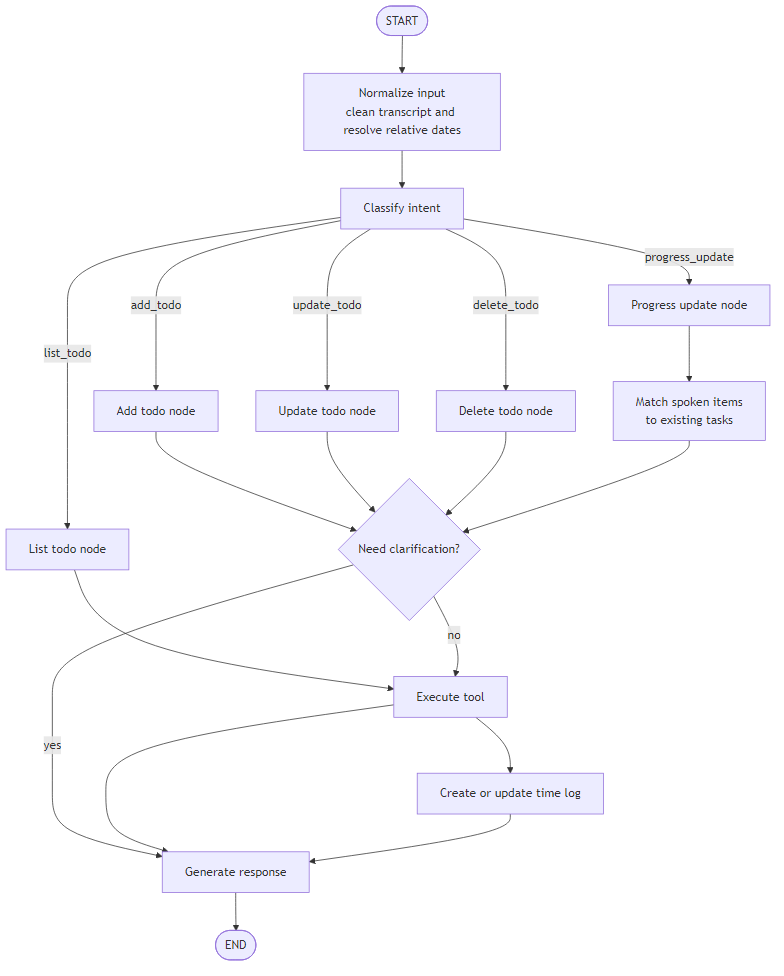
This is exports/png/02_langgraph_flow.png from nishathmnha/langgraph-voice-agent, a Mermaid export, as it was before one commit. Its source is kept beside it as diagrams/02_langgraph_flow.mmd.
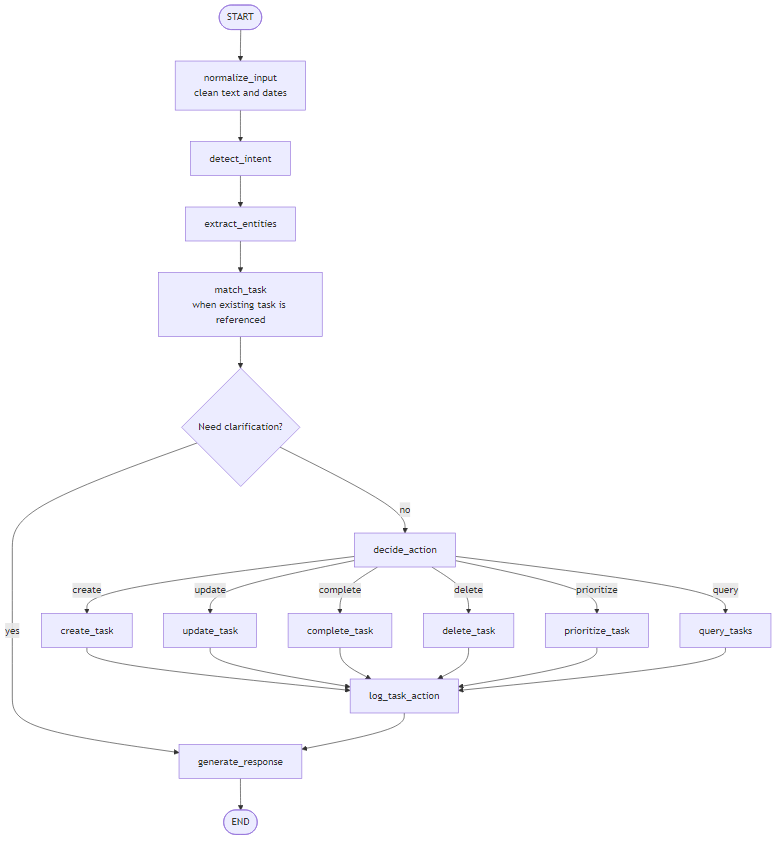
Above is the later version.

Diff of the diagram source:
```diff
@@ -1,33 +1,35 @@
 flowchart TD
     Start([START])
-    Normalize["Normalize input<br/>clean transcript and resolve relative dates"]
-    Intent["Classify intent"]
-    Add["Add todo node"]
-    List["List todo node"]
-    Update["Update todo node"]
-    Delete["Delete todo node"]
-    Progress["Progress update node"]
-    Match["Match spoken items<br/>to existing tasks"]
+    Normalize["normalize_input<br/>clean text and dates"]
+    Intent["detect_intent"]
+    Extract["extract_entities"]
+    Match["match_task<br/>when existing task is referenced"]
     Clarify{"Need clarification?"}
-    Execute["Execute tool"]
-    Log["Create or update time log"]
-    Respond["Generate response"]
+    Decide["decide_action"]
+    Create["create_task"]
+    Update["update_task"]
+    Complete["complete_task"]
+    Delete["delete_task"]
+    Prioritize["prioritize_task"]
+    Query["query_tasks"]
+    Log["log_task_action"]
+    Respond["generate_response"]
     End([END])
 
-    Start --> Normalize --> Intent
-    Intent -->|"add_todo"| Add
-    Intent -->|"list_todo"| List
-    Intent -->|"update_todo"| Update
-    Intent -->|"delete_todo"| Delete
-    Intent -->|"progress_update"| Progress
-    Add --> Clarify
-    Update --> Clarify
-    Delete --> Clarify
-    Progress --> Match --> Clarify
-    List --> Execute
+    Start --> Normalize --> Intent --> Extract --> Match --> Clarify
     Clarify -->|"yes"| Respond
-    Clarify -->|"no"| Execute
-    Execute --> Log
-    Execute --> Respond
+    Clarify -->|"no"| Decide
+    Decide -->|"create"| Create
+    Decide -->|"update"| Update
+    Decide -->|"complete"| Complete
+    Decide -->|"delete"| Delete
+    Decide -->|"prioritize"| Prioritize
+    Decide -->|"query"| Query
+    Create --> Log
+    Update --> Log
+    Complete --> Log
+    Delete --> Log
+    Prioritize --> Log
+    Query --> Log
     Log --> Respond
     Respond --> End
```
